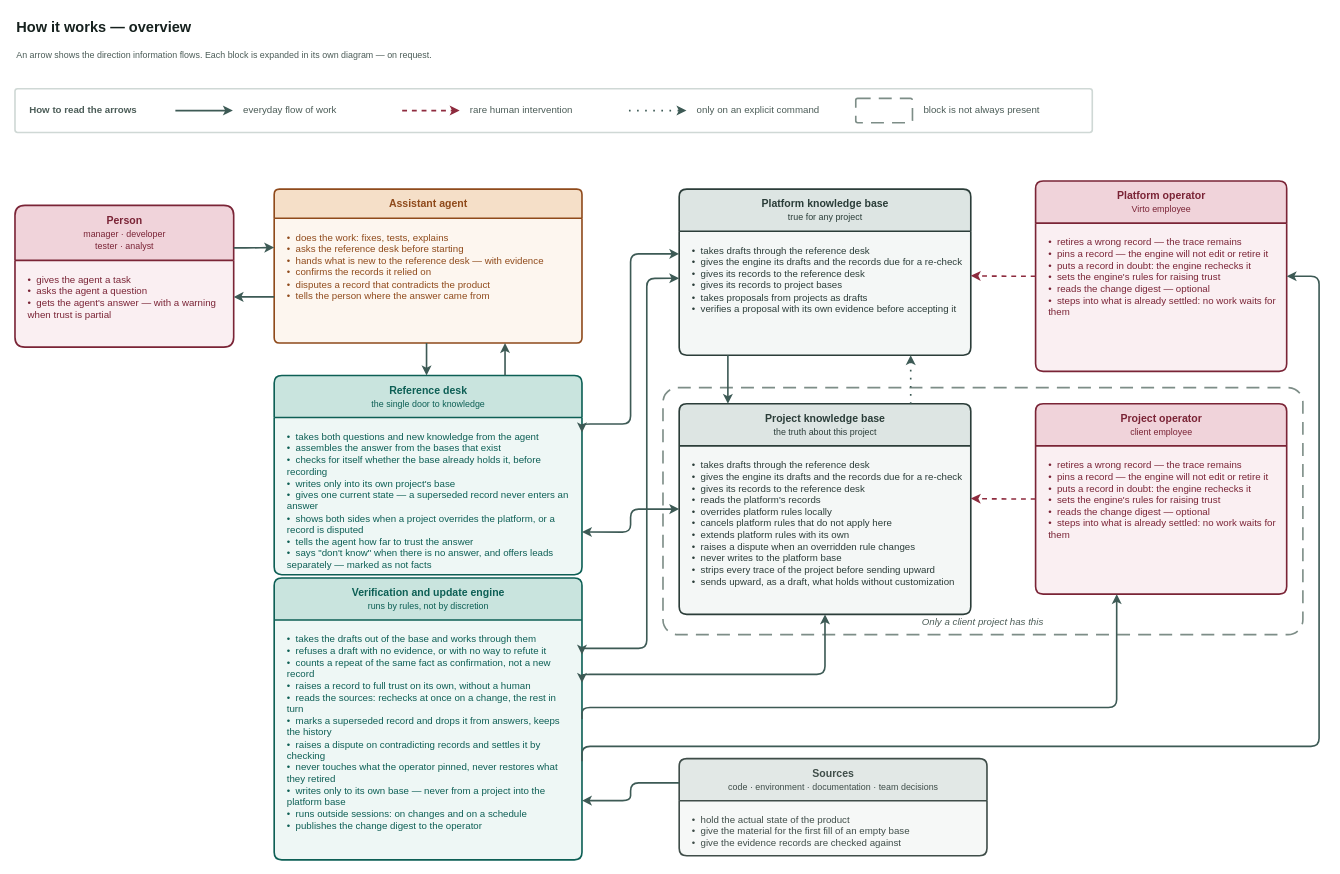
Earlier version of the draw.io diagram page "Overview" (1 of 4) of docs/adr/adr-knowledge-base-v3-overview.drawio (VirtoCommerce/ai-tools). Source tidied: cells renumbered, new cells numbered last; positions are measured from the earlier drawing's top-left corner, leaving out a move shared by most shapes. Both pictures are drawn from the tidied source at 81%, with x=0, y=0 at pixel (15, 14).
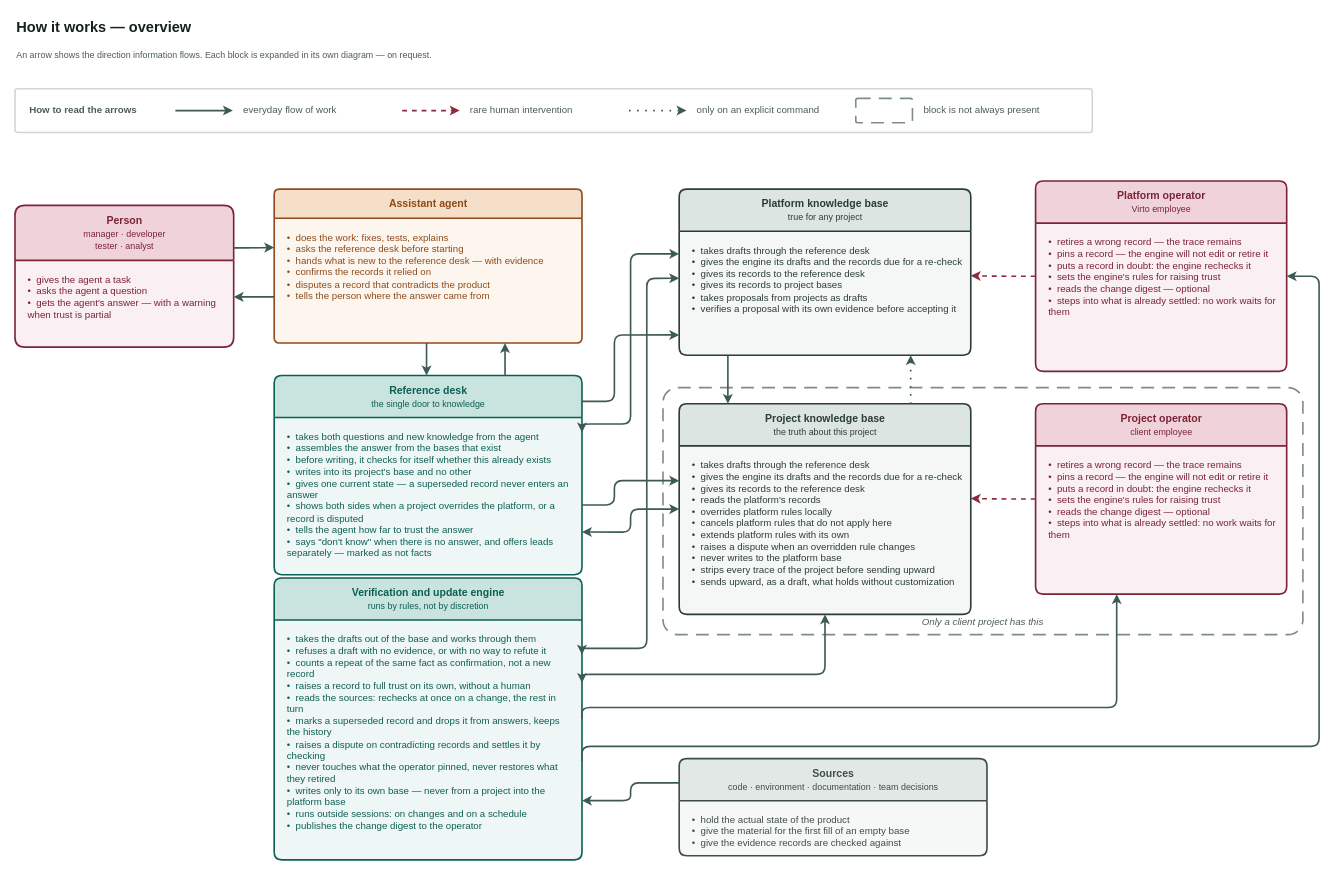
The same diagram, later.

Commit message:
docs(adr): kb v3 — page 4, the reference desk; page 1 gets the write path it was missing (VCST-5776)

The change refers to these unchanged cells:
```xml
<mxCell id="23" value="Reference desk&lt;br&gt;&lt;span style=&quot;font-size:11px;font-weight:normal&quot;&gt;the single door to knowledge&lt;/span&gt;" style="swimlane;html=1;rounded=1;arcSize=6;startSize=52;horizontal=1;fillColor=#c9e4de;swimlaneFillColor=#eef7f5;strokeColor=#0d5f55;fontColor=#0d5f55;fontSize=13;fontStyle=1;align=center;verticalAlign=middle;strokeWidth=2;fontFamily=Helvetica;" parent="1" vertex="1">
  <mxGeometry x="320" y="446" width="380" height="246" as="geometry" />
</mxCell>
<mxCell id="26" value="Platform knowledge base&lt;br&gt;&lt;span style=&quot;font-size:11px;font-weight:normal&quot;&gt;true for any project&lt;/span&gt;" style="swimlane;html=1;rounded=1;arcSize=6;startSize=52;horizontal=1;fillColor=#dde5e3;swimlaneFillColor=#f4f7f6;strokeColor=#2b3d39;fontColor=#2b3d39;fontSize=13;fontStyle=1;align=center;verticalAlign=middle;strokeWidth=2;fontFamily=Helvetica;" parent="1" vertex="1">
  <mxGeometry x="820" y="216" width="360" height="205" as="geometry" />
</mxCell>
<mxCell id="28" value="Project knowledge base&lt;br&gt;&lt;span style=&quot;font-size:11px;font-weight:normal&quot;&gt;the truth about this project&lt;/span&gt;" style="swimlane;html=1;rounded=1;arcSize=6;startSize=52;horizontal=1;fillColor=#dde5e3;swimlaneFillColor=#f4f7f6;strokeColor=#2b3d39;fontColor=#2b3d39;fontSize=13;fontStyle=1;align=center;verticalAlign=middle;strokeWidth=2;fontFamily=Helvetica;" parent="1" vertex="1">
  <mxGeometry x="820" y="481" width="360" height="260" as="geometry" />
</mxCell>
```

Change to the diagram source:
```diff
@@
-    <mxCell id="24" value="•&amp;nbsp; takes both questions and new knowledge from the agent&lt;br&gt;•&amp;nbsp; assembles the answer from the bases that exist&lt;br&gt;•&amp;nbsp; checks for itself whether the base already holds it, before recording&lt;br&gt;•&amp;nbsp; writes only into its own project's base&lt;br&gt;•&amp;nbsp; gives one current state — a superseded record never enters an answer&lt;br&gt;•&amp;nbsp; shows both sides when a project overrides the platform, or a record is disputed&lt;br&gt;•&amp;nbsp; tells the agent how far to trust the answer&lt;br&gt;•&amp;nbsp; says &quot;don't know&quot; when there is no answer, and offers leads separately — marked as not facts" style="text;html=1;align=left;verticalAlign=top;whiteSpace=wrap;spacingLeft=14;spacingTop=10;spacingRight=10;fontSize=12;fontColor=#0d5f55;fontFamily=Helvetica;" parent="23" vertex="1">
+    <mxCell id="24" value="•&amp;nbsp; takes both questions and new knowledge from the agent&lt;br&gt;•&amp;nbsp; assembles the answer from the bases that exist&lt;br&gt;•&amp;nbsp; before writing, it checks for itself whether this already exists&lt;br&gt;•&amp;nbsp; writes into its project’s base and no other&lt;br&gt;•&amp;nbsp; gives one current state — a superseded record never enters an answer&lt;br&gt;•&amp;nbsp; shows both sides when a project overrides the platform, or a record is disputed&lt;br&gt;•&amp;nbsp; tells the agent how far to trust the answer&lt;br&gt;•&amp;nbsp; says &quot;don't know&quot; when there is no answer, and offers leads separately — marked as not facts" style="text;html=1;align=left;verticalAlign=top;whiteSpace=wrap;spacingLeft=14;spacingTop=10;spacingRight=10;fontSize=12;fontColor=#0d5f55;fontFamily=Helvetica;" parent="23" vertex="1">
       <mxGeometry y="52" width="380" height="194" as="geometry" />
     </mxCell>
@@
+    <mxCell id="53" style="edgeStyle=orthogonalEdgeStyle;rounded=1;html=1;labelBackgroundColor=#ffffff;fontSize=12;strokeWidth=2;strokeColor=#3d5a55;fontColor=#2f3a37;fontFamily=Helvetica;exitX=1;exitY=0.13;exitDx=0;exitDy=0;entryX=0;entryY=0.878;entryDx=0;entryDy=0;" parent="1" edge="1" source="23" target="26">
+      <mxGeometry relative="1" as="geometry">
+        <Array as="points">
+          <mxPoint x="740" y="478" />
+          <mxPoint x="740" y="396" />
+        </Array>
+      </mxGeometry>
+    </mxCell>
+    <mxCell id="54" style="edgeStyle=orthogonalEdgeStyle;rounded=1;html=1;labelBackgroundColor=#ffffff;fontSize=12;strokeWidth=2;strokeColor=#3d5a55;fontColor=#2f3a37;fontFamily=Helvetica;exitX=1;exitY=0.65;exitDx=0;exitDy=0;entryX=0;entryY=0.365;entryDx=0;entryDy=0;" parent="1" edge="1" source="23" target="28">
+      <mxGeometry relative="1" as="geometry">
+        <Array as="points">
+          <mxPoint x="740" y="606" />
+          <mxPoint x="740" y="576" />
+        </Array>
+      </mxGeometry>
+    </mxCell>
```
